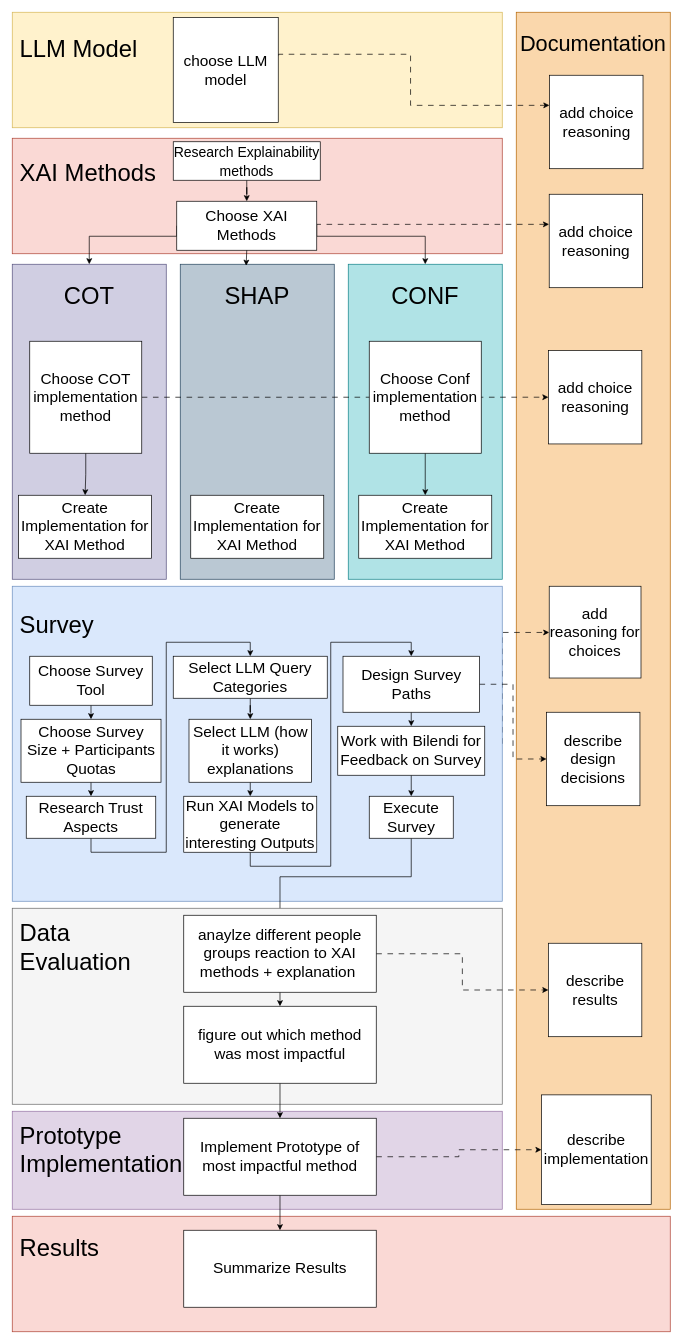
rieselin/BA_XAI_for_LLMs keeps this draw.io diagram as BA_methods.drawio. Above is the earlier version. Source tidied: cells renumbered, new cells numbered last; positions are measured from the earlier drawing's top-left corner, leaving out a move shared by most shapes. Both pictures are drawn from the tidied source at 70%, with x=0, y=0 at pixel (12, 12).
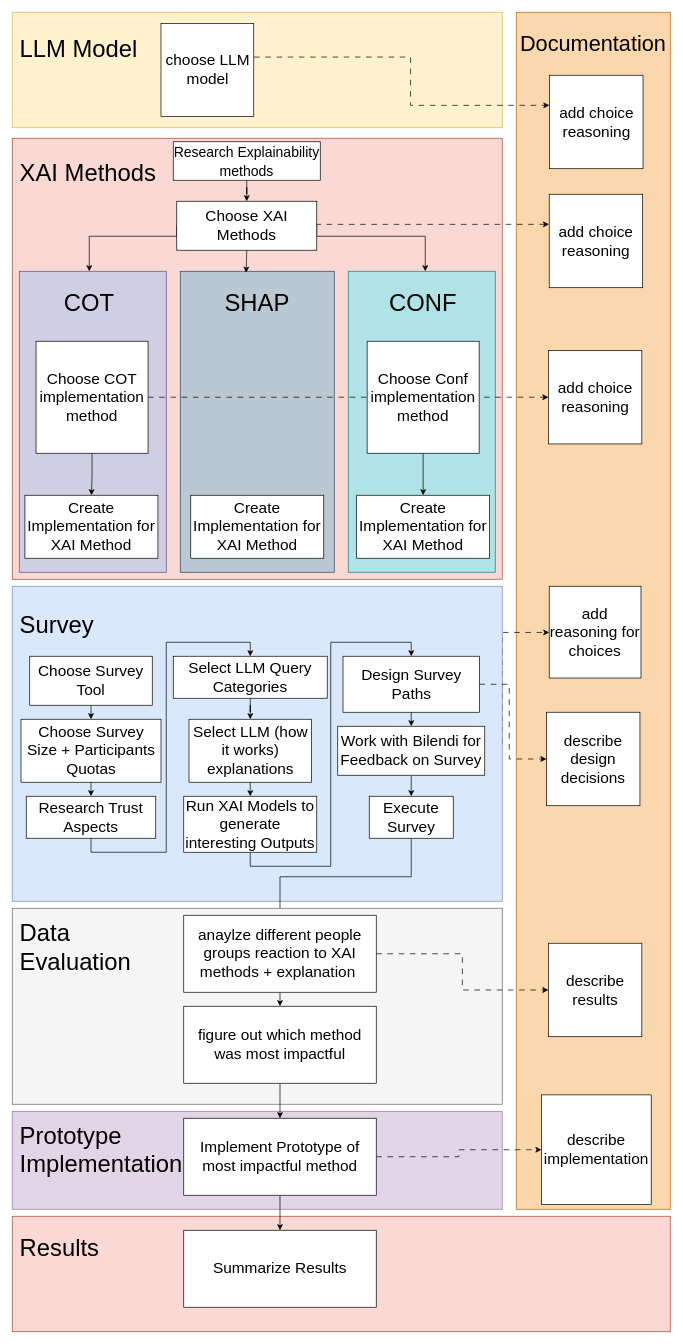
The same page after the edit.

The change refers to these unchanged cells:
```xml
<mxCell id="24" value="add choice reasoning" style="whiteSpace=wrap;html=1;fontSize=22;" parent="1" vertex="1">
  <mxGeometry x="767.6" y="90" width="133.5" height="133.5" as="geometry" />
</mxCell>
<mxCell id="51" value="Design Survey Paths" style="rounded=0;whiteSpace=wrap;html=1;fontSize=22;" parent="1" vertex="1">
  <mxGeometry x="472.5" y="920" width="195" height="80" as="geometry" />
</mxCell>
<mxCell id="72" value="describe design decisions" style="whiteSpace=wrap;html=1;fontSize=22;" parent="1" vertex="1">
  <mxGeometry x="763.2" y="1000" width="133.5" height="133.5" as="geometry" />
</mxCell>
```

Change to the diagram source:
```diff
@@
+    <mxCell id="15" style="rounded=0;whiteSpace=wrap;html=1;fillColor=#fad9d5;strokeColor=#ae4132;" parent="1" vertex="1">
+      <mxGeometry y="180" width="700" height="630" as="geometry" />
+    </mxCell>
@@
     <mxCell id="3" style="rounded=0;whiteSpace=wrap;html=1;fillColor=#bac8d3;strokeColor=#23445d;" parent="1" vertex="1">
-      <mxGeometry x="240" y="360" width="220" height="450" as="geometry" />
+      <mxGeometry x="240" y="370" width="220" height="430" as="geometry" />
     </mxCell>
     <mxCell id="4" style="rounded=0;whiteSpace=wrap;html=1;fillColor=#b0e3e6;strokeColor=#0e8088;" parent="1" vertex="1">
-      <mxGeometry x="480" y="360" width="220" height="450" as="geometry" />
+      <mxGeometry x="480" y="370" width="210" height="430" as="geometry" />
     </mxCell>
@@
     <mxCell id="6" style="rounded=0;whiteSpace=wrap;html=1;fillColor=#d0cee2;strokeColor=#56517e;" parent="1" vertex="1">
-      <mxGeometry y="360" width="220" height="450" as="geometry" />
+      <mxGeometry x="10" y="370" width="210" height="430" as="geometry" />
     </mxCell>
@@
     <mxCell id="9" value="Choose COT implementation method" style="whiteSpace=wrap;html=1;fontSize=22;" parent="1" vertex="1">
-      <mxGeometry x="25" y="470" width="160" height="160" as="geometry" />
+      <mxGeometry x="34" y="470" width="160" height="160" as="geometry" />
     </mxCell>
@@
     <mxCell id="12" value="&lt;span style=&quot;font-size: 34px;&quot;&gt;CONF&lt;/span&gt;" style="text;html=1;whiteSpace=wrap;strokeColor=none;fillColor=none;align=center;verticalAlign=middle;rounded=0;" parent="1" vertex="1">
-      <mxGeometry x="480" y="360" width="220" height="90" as="geometry" />
+      <mxGeometry x="477" y="370" width="220" height="90" as="geometry" />
     </mxCell>
     <mxCell id="13" value="&lt;font style=&quot;font-size: 34px;&quot;&gt;SHAP&lt;/font&gt;" style="text;html=1;whiteSpace=wrap;strokeColor=none;fillColor=none;align=center;verticalAlign=middle;rounded=0;" parent="1" vertex="1">
-      <mxGeometry x="240" y="360" width="220" height="90" as="geometry" />
+      <mxGeometry x="240" y="370" width="220" height="90" as="geometry" />
     </mxCell>
     <mxCell id="14" value="&lt;span style=&quot;font-size: 34px;&quot;&gt;COT&lt;/span&gt;" style="text;html=1;whiteSpace=wrap;strokeColor=none;fillColor=none;align=center;verticalAlign=middle;rounded=0;" parent="1" vertex="1">
-      <mxGeometry y="360" width="220" height="90" as="geometry" />
+      <mxGeometry y="370" width="220" height="90" as="geometry" />
     </mxCell>
-    <mxCell id="15" style="rounded=0;whiteSpace=wrap;html=1;fillColor=#fad9d5;strokeColor=#ae4132;" parent="1" vertex="1">
-      <mxGeometry y="180" width="700" height="165" as="geometry" />
-    </mxCell>
@@
-    <mxCell id="22" value="choose LLM model" style="whiteSpace=wrap;html=1;fontSize=22;" parent="1" vertex="1">
-      <mxGeometry x="230" y="7.5" width="150" height="150" as="geometry" />
+    <mxCell id="22" value="choose LLM model" style="whiteSpace=wrap;html=1;fontSize=22;imageAspect=0;" parent="1" vertex="1">
+      <mxGeometry x="212.5" y="16.2" width="132.5" height="132.5" as="geometry" />
     </mxCell>
     <mxCell id="23" style="edgeStyle=orthogonalEdgeStyle;rounded=0;jettySize=auto;html=1;exitX=1.004;exitY=0.361;exitDx=0;exitDy=0;entryX=-0.002;entryY=0.322;entryDx=0;entryDy=0;dashed=1;dashPattern=8 8;entryPerimeter=0;exitPerimeter=0;" parent="1" edge="1" source="22" target="24">
       <mxGeometry relative="1" as="geometry">
         <Array as="points">
-          <mxPoint x="381" y="60" />
-          <mxPoint x="569" y="60" />
+          <mxPoint x="569" y="64" />
           <mxPoint x="569" y="133" />
         </Array>
       </mxGeometry>
     </mxCell>
@@
     <mxCell id="31" value="Choose Conf implementation method" style="whiteSpace=wrap;html=1;fontSize=22;" parent="1" vertex="1">
-      <mxGeometry x="510" y="470" width="160" height="160" as="geometry" />
+      <mxGeometry x="507" y="470" width="160" height="160" as="geometry" />
     </mxCell>
@@
     <mxCell id="34" value="&lt;font style=&quot;font-size: 22px;&quot;&gt;Create Implementation for XAI Method&lt;/font&gt;" style="rounded=0;whiteSpace=wrap;html=1;" parent="1" vertex="1">
-      <mxGeometry x="495" y="690" width="190" height="90" as="geometry" />
+      <mxGeometry x="492" y="690" width="190" height="90" as="geometry" />
     </mxCell>
     <mxCell id="35" value="&lt;font style=&quot;font-size: 22px;&quot;&gt;Create Implementation for XAI Method&lt;/font&gt;" style="rounded=0;whiteSpace=wrap;html=1;" parent="1" vertex="1">
-      <mxGeometry x="9.1" y="690" width="190" height="90" as="geometry" />
+      <mxGeometry x="18.1" y="690" width="190" height="90" as="geometry" />
     </mxCell>
@@
     <mxCell id="50" style="edgeStyle=orthogonalEdgeStyle;rounded=0;jettySize=auto;html=1;exitX=1;exitY=0.5;exitDx=0;exitDy=0;entryX=0;entryY=0.5;entryDx=0;entryDy=0;dashed=1;dashPattern=8 8;" parent="1" edge="1" source="51" target="72">
-      <mxGeometry relative="1" as="geometry" />
+      <mxGeometry relative="1" as="geometry">
+        <Array as="points">
+          <mxPoint x="710" y="960" />
+          <mxPoint x="710" y="1067" />
+        </Array>
+      </mxGeometry>
     </mxCell>
```
